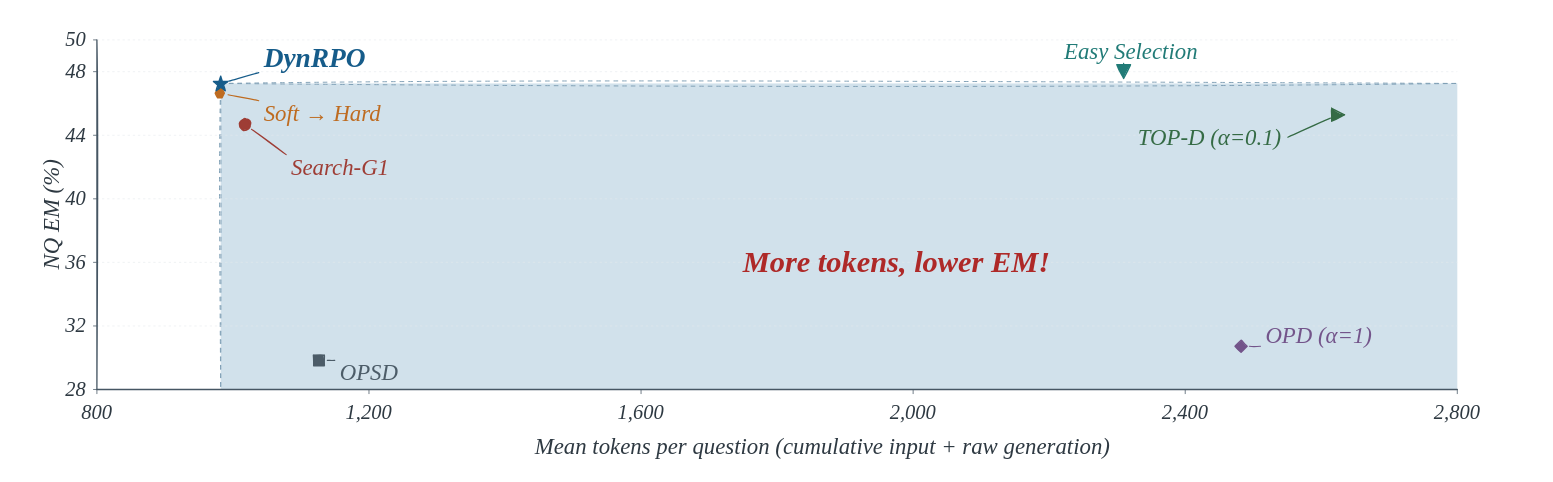
This is reproduction/grounding_eval/figures/token-nq-em-iter200/token-nq-em-iter200.drawio from shaoshitong/Search-R1, a draw.io file, before an edit. Source tidied: cells renumbered, new cells numbered last; positions are measured from the earlier drawing's top-left corner, leaving out a move shared by most shapes. Both pictures are drawn from the tidied source at 76%, with x=0, y=0 at pixel (-33, 13).
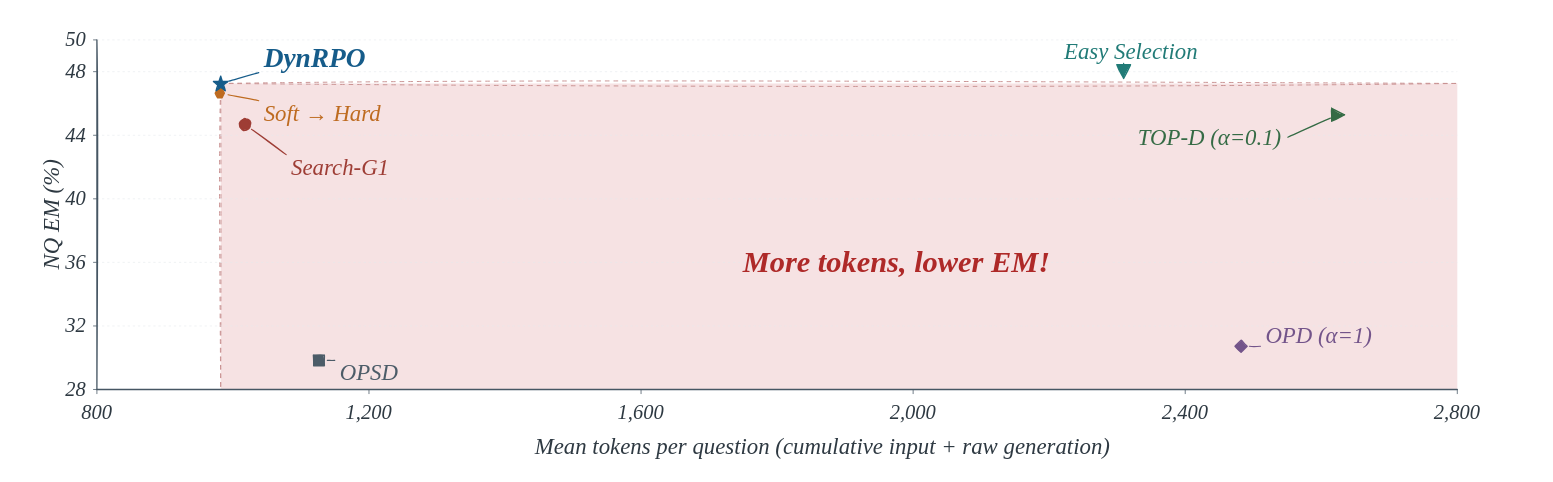
The same page after the edit.

Diff of the diagram source:
```diff
@@
-    <mxCell id="3" style="fillColor=#CBDDE8;fillOpacity=87;strokeColor=none;" parent="1" vertex="1">
+    <mxCell id="3" style="fillColor=#F4DCDD;fillOpacity=82;strokeColor=none;" parent="1" vertex="1">
       <mxGeometry x="333.9" y="92.3" width="1627.1" height="402.7" as="geometry" />
     </mxCell>
-    <mxCell id="4" style="edgeStyle=none;endArrow=none;startArrow=none;strokeColor=#7E9FB5;strokeWidth=1.25;dashed=1;dashPattern=4 5;sketch=1;jiggle=0.85;disableMultiStroke=0;" parent="1" edge="1">
+    <mxCell id="4" style="edgeStyle=none;endArrow=none;startArrow=none;strokeColor=#C99191;strokeWidth=1.25;dashed=1;dashPattern=4 5;sketch=1;jiggle=0.85;disableMultiStroke=0;" parent="1" edge="1">
       <mxGeometry relative="1" as="geometry">
         <mxPoint x="333.9" y="92.3" as="sourcePoint" />
         <mxPoint x="1961" y="92.3" as="targetPoint" />
       </mxGeometry>
     </mxCell>
-    <mxCell id="5" style="edgeStyle=none;endArrow=none;startArrow=none;strokeColor=#7E9FB5;strokeWidth=1.25;dashed=1;dashPattern=4 5;sketch=1;jiggle=0.85;disableMultiStroke=0;" parent="1" edge="1">
+    <mxCell id="5" style="edgeStyle=none;endArrow=none;startArrow=none;strokeColor=#C99191;strokeWidth=1.25;dashed=1;dashPattern=4 5;sketch=1;jiggle=0.85;disableMultiStroke=0;" parent="1" edge="1">
       <mxGeometry relative="1" as="geometry">
         <mxPoint x="333.9" y="92.3" as="sourcePoint" />
         <mxPoint x="333.9" y="495" as="targetPoint" />
       </mxGeometry>
     </mxCell>
```
